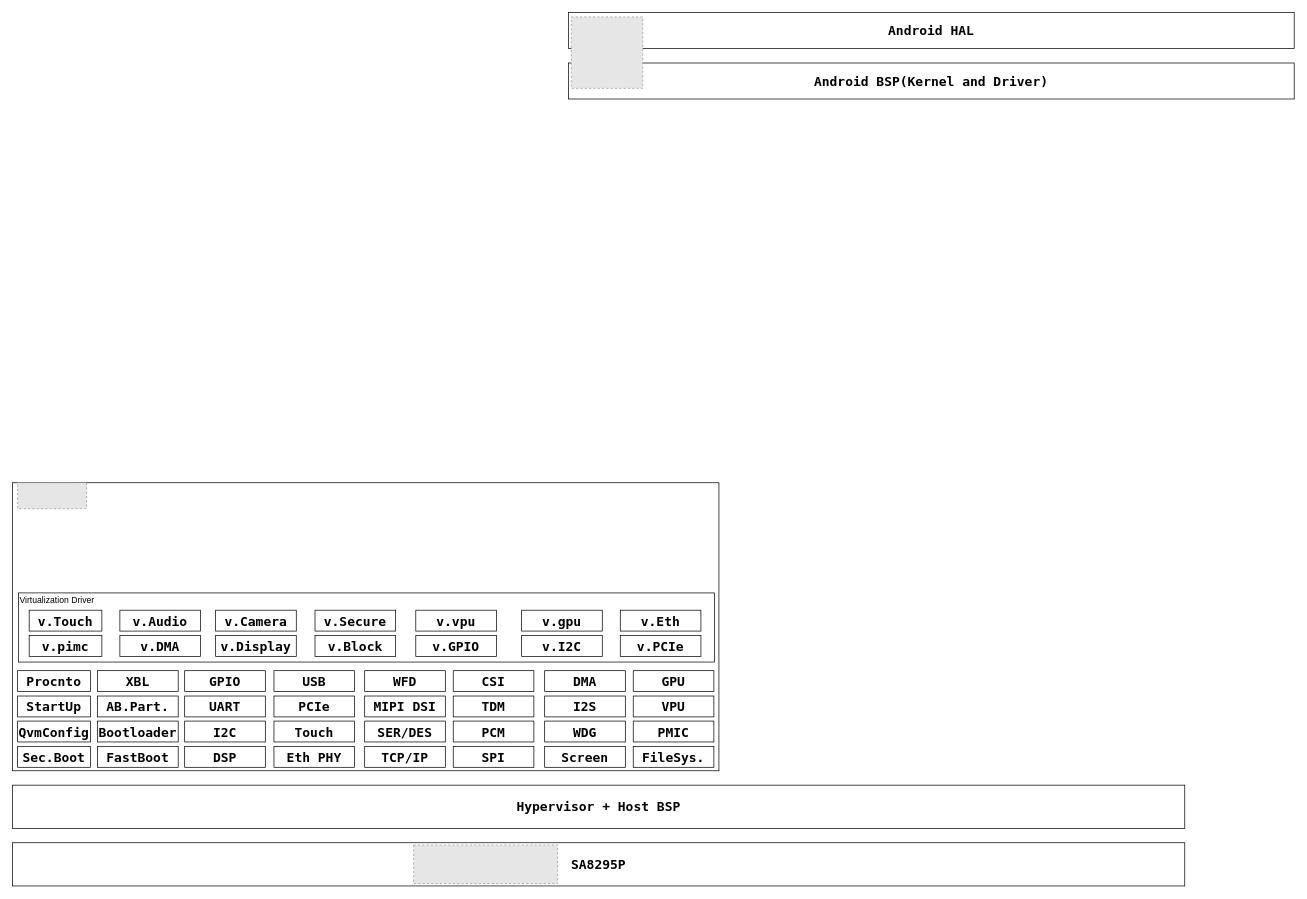
This is AndroidAndQNX_8295.drawio from qxcjust/allkindsofArchitecture, a draw.io file, before an edit. Source tidied: cells renumbered, new cells numbered last; positions are measured from the earlier drawing's top-left corner, leaving out a move shared by most shapes. Both pictures are drawn from the tidied source at 72%, with x=0, y=0 at pixel (12, 12). Pictures stored in the file or linked from it are replaced by grey dashed boxes.
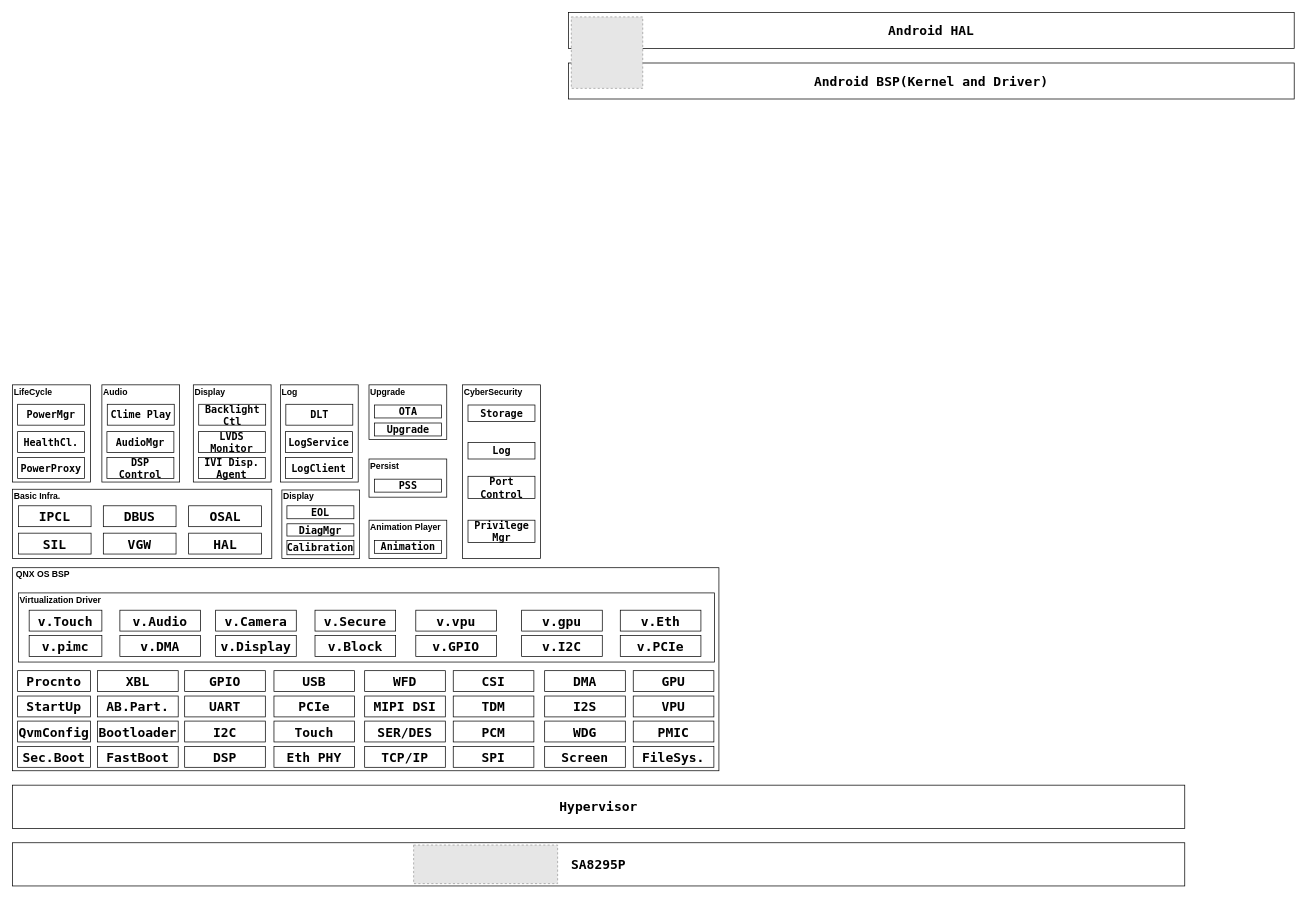
The same page after the edit.

What changed in the source:
```diff
@@
-    <mxCell id="4" value="&lt;font style=&quot;font-size: 18px;&quot; face=&quot;Lucida Console&quot;&gt;Hypervisor + Host BSP&lt;/font&gt;" style="rounded=0;whiteSpace=wrap;html=1;fontStyle=1;" parent="1" vertex="1">
+    <mxCell id="4" value="&lt;font style=&quot;font-size: 18px;&quot; face=&quot;Lucida Console&quot;&gt;Hypervisor&lt;/font&gt;" style="rounded=0;whiteSpace=wrap;html=1;fontStyle=1;" parent="1" vertex="1">
       <mxGeometry y="1073" width="1628" height="60" as="geometry" />
     </mxCell>
     <mxCell id="5" style="rounded=0;whiteSpace=wrap;html=1;fontStyle=1;align=center;" parent="1" vertex="1">
-      <mxGeometry y="653" width="981" height="400" as="geometry" />
+      <mxGeometry y="771" width="981" height="282" as="geometry" />
     </mxCell>
@@
-    <mxCell id="8" style="fillColor=#E6E6E6;strokeColor=#999999;dashed=1;verticalLabelPosition=bottom;labelBackgroundColor=default;verticalAlign=top;" parent="1" vertex="1">
-      <mxGeometry x="7" y="653" width="95.7" height="36" as="geometry" />
-    </mxCell>
@@
-    <mxCell id="43" value="Virtualization Driver" style="text;html=1;whiteSpace=wrap;strokeColor=none;fillColor=none;align=left;verticalAlign=middle;rounded=0;" parent="1" vertex="1">
+    <mxCell id="43" value="Virtualization Driver" style="text;html=1;whiteSpace=wrap;strokeColor=none;fillColor=none;align=left;verticalAlign=middle;rounded=0;fontStyle=1;" parent="1" vertex="1">
       <mxGeometry x="8" y="806" width="121" height="19" as="geometry" />
     </mxCell>
@@
+    <mxCell id="58" value="QNX OS BSP" style="text;html=1;whiteSpace=wrap;strokeColor=none;fillColor=none;align=left;verticalAlign=middle;rounded=0;fontStyle=1;" parent="1" vertex="1">
+      <mxGeometry x="3" y="771" width="179" height="19" as="geometry" />
+    </mxCell>
+    <mxCell id="59" style="rounded=0;whiteSpace=wrap;html=1;fontStyle=1;align=center;" parent="1" vertex="1">
+      <mxGeometry y="662" width="360" height="96" as="geometry" />
+    </mxCell>
+    <mxCell id="60" value="Basic Infra." style="text;html=1;whiteSpace=wrap;strokeColor=none;fillColor=none;align=left;verticalAlign=middle;rounded=0;fontStyle=1;" parent="1" vertex="1">
+      <mxGeometry y="662" width="121" height="19" as="geometry" />
+    </mxCell>
+    <mxCell id="61" value="&lt;font face=&quot;Lucida Console&quot;&gt;&lt;span style=&quot;font-size: 18px;&quot;&gt;IPCL&lt;/span&gt;&lt;/font&gt;" style="rounded=0;whiteSpace=wrap;html=1;fontStyle=1;align=center;" parent="1" vertex="1">
+      <mxGeometry x="8" y="685" width="101" height="29" as="geometry" />
+    </mxCell>
+    <mxCell id="62" value="&lt;font face=&quot;Lucida Console&quot;&gt;&lt;span style=&quot;font-size: 18px;&quot;&gt;SIL&lt;/span&gt;&lt;/font&gt;" style="rounded=0;whiteSpace=wrap;html=1;fontStyle=1;align=center;" parent="1" vertex="1">
+      <mxGeometry x="8" y="723" width="101" height="29" as="geometry" />
+    </mxCell>
+    <mxCell id="63" value="&lt;font face=&quot;Lucida Console&quot;&gt;&lt;span style=&quot;font-size: 18px;&quot;&gt;DBUS&lt;/span&gt;&lt;/font&gt;" style="rounded=0;whiteSpace=wrap;html=1;fontStyle=1;align=center;" parent="1" vertex="1">
+      <mxGeometry x="126" y="685" width="101" height="29" as="geometry" />
+    </mxCell>
+    <mxCell id="64" value="&lt;font face=&quot;Lucida Console&quot;&gt;&lt;span style=&quot;font-size: 18px;&quot;&gt;VGW&lt;/span&gt;&lt;/font&gt;" style="rounded=0;whiteSpace=wrap;html=1;fontStyle=1;align=center;" parent="1" vertex="1">
+      <mxGeometry x="126" y="723" width="101" height="29" as="geometry" />
+    </mxCell>
+    <mxCell id="65" value="&lt;font face=&quot;Lucida Console&quot;&gt;&lt;span style=&quot;font-size: 18px;&quot;&gt;OSAL&lt;/span&gt;&lt;/font&gt;" style="rounded=0;whiteSpace=wrap;html=1;fontStyle=1;align=center;" parent="1" vertex="1">
+      <mxGeometry x="244.5" y="685" width="101" height="29" as="geometry" />
+    </mxCell>
+    <mxCell id="66" value="&lt;font face=&quot;Lucida Console&quot;&gt;&lt;span style=&quot;font-size: 18px;&quot;&gt;HAL&lt;/span&gt;&lt;/font&gt;" style="rounded=0;whiteSpace=wrap;html=1;fontStyle=1;align=center;" parent="1" vertex="1">
+      <mxGeometry x="244.5" y="723" width="101" height="29" as="geometry" />
+    </mxCell>
+    <mxCell id="67" style="rounded=0;whiteSpace=wrap;html=1;fontStyle=1;align=center;" parent="1" vertex="1">
+      <mxGeometry y="517" width="108" height="135" as="geometry" />
+    </mxCell>
+    <mxCell id="68" value="LifeCycle" style="text;html=1;whiteSpace=wrap;strokeColor=none;fillColor=none;align=left;verticalAlign=middle;rounded=0;fontStyle=1;" parent="1" vertex="1">
+      <mxGeometry y="517" width="121" height="19" as="geometry" />
+    </mxCell>
+    <mxCell id="69" value="&lt;font face=&quot;Lucida Console&quot; style=&quot;font-size: 14px;&quot;&gt;PowerMgr&lt;/font&gt;" style="rounded=0;whiteSpace=wrap;html=1;fontStyle=1;align=center;" parent="1" vertex="1">
+      <mxGeometry x="7" y="544" width="93" height="29" as="geometry" />
+    </mxCell>
+    <mxCell id="70" value="&lt;font face=&quot;Lucida Console&quot; style=&quot;font-size: 14px;&quot;&gt;HealthCl.&lt;/font&gt;" style="rounded=0;whiteSpace=wrap;html=1;fontStyle=1;align=center;" parent="1" vertex="1">
+      <mxGeometry x="7" y="582" width="93" height="29" as="geometry" />
+    </mxCell>
+    <mxCell id="71" value="&lt;font face=&quot;Lucida Console&quot; style=&quot;font-size: 14px;&quot;&gt;PowerProxy&lt;/font&gt;" style="rounded=0;whiteSpace=wrap;html=1;fontStyle=1;align=center;" parent="1" vertex="1">
+      <mxGeometry x="7" y="618" width="93" height="29" as="geometry" />
+    </mxCell>
+    <mxCell id="72" style="rounded=0;whiteSpace=wrap;html=1;fontStyle=1;align=center;" parent="1" vertex="1">
+      <mxGeometry x="124" y="517" width="108" height="135" as="geometry" />
+    </mxCell>
+    <mxCell id="73" value="Audio" style="text;html=1;whiteSpace=wrap;strokeColor=none;fillColor=none;align=left;verticalAlign=middle;rounded=0;fontStyle=1;" parent="1" vertex="1">
+      <mxGeometry x="124" y="517" width="121" height="19" as="geometry" />
+    </mxCell>
+    <mxCell id="74" value="&lt;font face=&quot;Lucida Console&quot; style=&quot;font-size: 14px;&quot;&gt;AudioMgr&lt;/font&gt;" style="rounded=0;whiteSpace=wrap;html=1;fontStyle=1;align=center;" parent="1" vertex="1">
+      <mxGeometry x="131" y="582" width="93" height="29" as="geometry" />
+    </mxCell>
+    <mxCell id="75" value="&lt;font face=&quot;Lucida Console&quot; style=&quot;font-size: 14px;&quot;&gt;DSP&lt;/font&gt;&lt;div&gt;&lt;font face=&quot;Lucida Console&quot; style=&quot;font-size: 14px;&quot;&gt;Control&lt;/font&gt;&lt;/div&gt;" style="rounded=0;whiteSpace=wrap;html=1;fontStyle=1;align=center;" parent="1" vertex="1">
+      <mxGeometry x="131" y="618" width="93" height="29" as="geometry" />
+    </mxCell>
+    <mxCell id="76" value="&lt;font face=&quot;Lucida Console&quot; style=&quot;font-size: 14px;&quot;&gt;Clime Play&lt;/font&gt;" style="rounded=0;whiteSpace=wrap;html=1;fontStyle=1;align=center;" parent="1" vertex="1">
+      <mxGeometry x="131.5" y="544" width="93" height="29" as="geometry" />
+    </mxCell>
+    <mxCell id="77" style="rounded=0;whiteSpace=wrap;html=1;fontStyle=1;align=center;" parent="1" vertex="1">
+      <mxGeometry x="251" y="517" width="108" height="135" as="geometry" />
+    </mxCell>
+    <mxCell id="78" value="Display" style="text;html=1;whiteSpace=wrap;strokeColor=none;fillColor=none;align=left;verticalAlign=middle;rounded=0;fontStyle=1;" parent="1" vertex="1">
+      <mxGeometry x="251" y="517" width="121" height="19" as="geometry" />
+    </mxCell>
+    <mxCell id="79" value="&lt;font face=&quot;Lucida Console&quot; style=&quot;font-size: 14px;&quot;&gt;LVDS&lt;/font&gt;&lt;div&gt;&lt;font face=&quot;Lucida Console&quot; style=&quot;font-size: 14px;&quot;&gt;Monitor&lt;/font&gt;&lt;/div&gt;" style="rounded=0;whiteSpace=wrap;html=1;fontStyle=1;align=center;" parent="1" vertex="1">
+      <mxGeometry x="258" y="582" width="93" height="29" as="geometry" />
+    </mxCell>
+    <mxCell id="80" value="&lt;font face=&quot;Lucida Console&quot;&gt;&lt;span style=&quot;font-size: 14px;&quot;&gt;IVI Disp.&lt;/span&gt;&lt;/font&gt;&lt;div&gt;&lt;font face=&quot;Lucida Console&quot;&gt;&lt;span style=&quot;font-size: 14px;&quot;&gt;Agent&lt;/span&gt;&lt;/font&gt;&lt;/div&gt;" style="rounded=0;whiteSpace=wrap;html=1;fontStyle=1;align=center;" parent="1" vertex="1">
+      <mxGeometry x="258" y="618" width="93" height="29" as="geometry" />
+    </mxCell>
+    <mxCell id="81" value="&lt;font face=&quot;Lucida Console&quot; style=&quot;font-size: 14px;&quot;&gt;Backlight&lt;/font&gt;&lt;div&gt;&lt;font face=&quot;Lucida Console&quot; style=&quot;font-size: 14px;&quot;&gt;Ctl&lt;/font&gt;&lt;/div&gt;" style="rounded=0;whiteSpace=wrap;html=1;fontStyle=1;align=center;" parent="1" vertex="1">
+      <mxGeometry x="258.5" y="544" width="93" height="29" as="geometry" />
+    </mxCell>
+    <mxCell id="82" style="rounded=0;whiteSpace=wrap;html=1;fontStyle=1;align=center;" parent="1" vertex="1">
+      <mxGeometry x="374" y="663" width="108" height="95" as="geometry" />
+    </mxCell>
+    <mxCell id="83" value="Display" style="text;html=1;whiteSpace=wrap;strokeColor=none;fillColor=none;align=left;verticalAlign=middle;rounded=0;fontStyle=1;" parent="1" vertex="1">
+      <mxGeometry x="374" y="662" width="105" height="19" as="geometry" />
+    </mxCell>
+    <mxCell id="84" value="&lt;font face=&quot;Lucida Console&quot;&gt;&lt;span style=&quot;font-size: 14px;&quot;&gt;DiagMgr&lt;/span&gt;&lt;/font&gt;" style="rounded=0;whiteSpace=wrap;html=1;fontStyle=1;align=center;" parent="1" vertex="1">
+      <mxGeometry x="381" y="710" width="93" height="17" as="geometry" />
+    </mxCell>
+    <mxCell id="85" value="&lt;font face=&quot;Lucida Console&quot;&gt;&lt;span style=&quot;font-size: 14px;&quot;&gt;Calibration&lt;/span&gt;&lt;/font&gt;" style="rounded=0;whiteSpace=wrap;html=1;fontStyle=1;align=center;" parent="1" vertex="1">
+      <mxGeometry x="381" y="733" width="93" height="20" as="geometry" />
+    </mxCell>
+    <mxCell id="86" value="&lt;font face=&quot;Lucida Console&quot;&gt;&lt;span style=&quot;font-size: 14px;&quot;&gt;EOL&lt;/span&gt;&lt;/font&gt;" style="rounded=0;whiteSpace=wrap;html=1;fontStyle=1;align=center;" parent="1" vertex="1">
+      <mxGeometry x="381" y="685" width="93" height="18" as="geometry" />
+    </mxCell>
+    <mxCell id="87" style="rounded=0;whiteSpace=wrap;html=1;fontStyle=1;align=center;" parent="1" vertex="1">
+      <mxGeometry x="372" y="517" width="108" height="135" as="geometry" />
+    </mxCell>
+    <mxCell id="88" value="Log" style="text;html=1;whiteSpace=wrap;strokeColor=none;fillColor=none;align=left;verticalAlign=middle;rounded=0;fontStyle=1;" parent="1" vertex="1">
+      <mxGeometry x="372" y="517" width="121" height="19" as="geometry" />
+    </mxCell>
+    <mxCell id="89" value="&lt;font face=&quot;Lucida Console&quot;&gt;&lt;span style=&quot;font-size: 14px;&quot;&gt;LogService&lt;/span&gt;&lt;/font&gt;" style="rounded=0;whiteSpace=wrap;html=1;fontStyle=1;align=center;" parent="1" vertex="1">
+      <mxGeometry x="379" y="582" width="93" height="29" as="geometry" />
+    </mxCell>
+    <mxCell id="90" value="&lt;font face=&quot;Lucida Console&quot;&gt;&lt;span style=&quot;font-size: 14px;&quot;&gt;LogClient&lt;/span&gt;&lt;/font&gt;" style="rounded=0;whiteSpace=wrap;html=1;fontStyle=1;align=center;" parent="1" vertex="1">
+      <mxGeometry x="379" y="618" width="93" height="29" as="geometry" />
+    </mxCell>
+    <mxCell id="91" value="&lt;font face=&quot;Lucida Console&quot;&gt;&lt;span style=&quot;font-size: 14px;&quot;&gt;DLT&lt;/span&gt;&lt;/font&gt;" style="rounded=0;whiteSpace=wrap;html=1;fontStyle=1;align=center;" parent="1" vertex="1">
+      <mxGeometry x="379.5" y="544" width="93" height="29" as="geometry" />
+    </mxCell>
+    <mxCell id="92" style="rounded=0;whiteSpace=wrap;html=1;fontStyle=1;align=center;" parent="1" vertex="1">
+      <mxGeometry x="495" y="705" width="108" height="53" as="geometry" />
+    </mxCell>
+    <mxCell id="93" value="Animation Player" style="text;html=1;whiteSpace=wrap;strokeColor=none;fillColor=none;align=left;verticalAlign=middle;rounded=0;fontStyle=1;" parent="1" vertex="1">
+      <mxGeometry x="495" y="705" width="105" height="19" as="geometry" />
+    </mxCell>
+    <mxCell id="94" value="&lt;font face=&quot;Lucida Console&quot;&gt;&lt;span style=&quot;font-size: 14px;&quot;&gt;Animation&lt;/span&gt;&lt;/font&gt;" style="rounded=0;whiteSpace=wrap;html=1;fontStyle=1;align=center;" parent="1" vertex="1">
+      <mxGeometry x="502.5" y="733" width="93" height="18" as="geometry" />
+    </mxCell>
+    <mxCell id="95" style="rounded=0;whiteSpace=wrap;html=1;fontStyle=1;align=center;" parent="1" vertex="1">
+      <mxGeometry x="495" y="620" width="108" height="53" as="geometry" />
+    </mxCell>
+    <mxCell id="96" value="Persist" style="text;html=1;whiteSpace=wrap;strokeColor=none;fillColor=none;align=left;verticalAlign=middle;rounded=0;fontStyle=1;" parent="1" vertex="1">
+      <mxGeometry x="495" y="620" width="105" height="19" as="geometry" />
+    </mxCell>
+    <mxCell id="97" value="&lt;font face=&quot;Lucida Console&quot;&gt;&lt;span style=&quot;font-size: 14px;&quot;&gt;PSS&lt;/span&gt;&lt;/font&gt;" style="rounded=0;whiteSpace=wrap;html=1;fontStyle=1;align=center;" parent="1" vertex="1">
+      <mxGeometry x="502.5" y="648" width="93" height="18" as="geometry" />
+    </mxCell>
+    <mxCell id="98" style="rounded=0;whiteSpace=wrap;html=1;fontStyle=1;align=center;" parent="1" vertex="1">
+      <mxGeometry x="495" y="517" width="108" height="76" as="geometry" />
+    </mxCell>
+    <mxCell id="99" value="Upgrade" style="text;html=1;whiteSpace=wrap;strokeColor=none;fillColor=none;align=left;verticalAlign=middle;rounded=0;fontStyle=1;" parent="1" vertex="1">
+      <mxGeometry x="495" y="517" width="105" height="19" as="geometry" />
+    </mxCell>
+    <mxCell id="100" value="&lt;font face=&quot;Lucida Console&quot;&gt;&lt;span style=&quot;font-size: 14px;&quot;&gt;OTA&lt;/span&gt;&lt;/font&gt;" style="rounded=0;whiteSpace=wrap;html=1;fontStyle=1;align=center;" parent="1" vertex="1">
+      <mxGeometry x="502.5" y="545" width="93" height="18" as="geometry" />
+    </mxCell>
+    <mxCell id="101" value="&lt;font face=&quot;Lucida Console&quot;&gt;&lt;span style=&quot;font-size: 14px;&quot;&gt;Upgrade&lt;/span&gt;&lt;/font&gt;" style="rounded=0;whiteSpace=wrap;html=1;fontStyle=1;align=center;" parent="1" vertex="1">
+      <mxGeometry x="502.5" y="570" width="93" height="18" as="geometry" />
+    </mxCell>
+    <mxCell id="102" style="rounded=0;whiteSpace=wrap;html=1;fontStyle=1;align=center;" parent="1" vertex="1">
+      <mxGeometry x="625" y="517" width="108" height="241" as="geometry" />
+    </mxCell>
+    <mxCell id="103" value="CyberSecurity" style="text;html=1;whiteSpace=wrap;strokeColor=none;fillColor=none;align=left;verticalAlign=middle;rounded=0;fontStyle=1;" parent="1" vertex="1">
+      <mxGeometry x="625" y="517" width="105" height="19" as="geometry" />
+    </mxCell>
+    <mxCell id="104" value="&lt;font face=&quot;Lucida Console&quot;&gt;&lt;span style=&quot;font-size: 14px;&quot;&gt;Storage&lt;/span&gt;&lt;/font&gt;" style="rounded=0;whiteSpace=wrap;html=1;fontStyle=1;align=center;" parent="1" vertex="1">
+      <mxGeometry x="632.5" y="545" width="93" height="23" as="geometry" />
+    </mxCell>
+    <mxCell id="105" value="&lt;font face=&quot;Lucida Console&quot;&gt;&lt;span style=&quot;font-size: 14px;&quot;&gt;Log&lt;/span&gt;&lt;/font&gt;" style="rounded=0;whiteSpace=wrap;html=1;fontStyle=1;align=center;" parent="1" vertex="1">
+      <mxGeometry x="632.5" y="597" width="93" height="23" as="geometry" />
+    </mxCell>
+    <mxCell id="106" value="&lt;font face=&quot;Lucida Console&quot;&gt;&lt;span style=&quot;font-size: 14px;&quot;&gt;Port Control&lt;/span&gt;&lt;/font&gt;" style="rounded=0;whiteSpace=wrap;html=1;fontStyle=1;align=center;" parent="1" vertex="1">
+      <mxGeometry x="632.5" y="644" width="93" height="31" as="geometry" />
+    </mxCell>
+    <mxCell id="107" value="&lt;font face=&quot;Lucida Console&quot;&gt;&lt;span style=&quot;font-size: 14px;&quot;&gt;Privilege&lt;/span&gt;&lt;/font&gt;&lt;div&gt;&lt;font face=&quot;Lucida Console&quot;&gt;&lt;span style=&quot;font-size: 14px;&quot;&gt;Mgr&lt;/span&gt;&lt;/font&gt;&lt;/div&gt;" style="rounded=0;whiteSpace=wrap;html=1;fontStyle=1;align=center;" parent="1" vertex="1">
+      <mxGeometry x="632.5" y="705" width="93" height="31" as="geometry" />
+    </mxCell>
```
